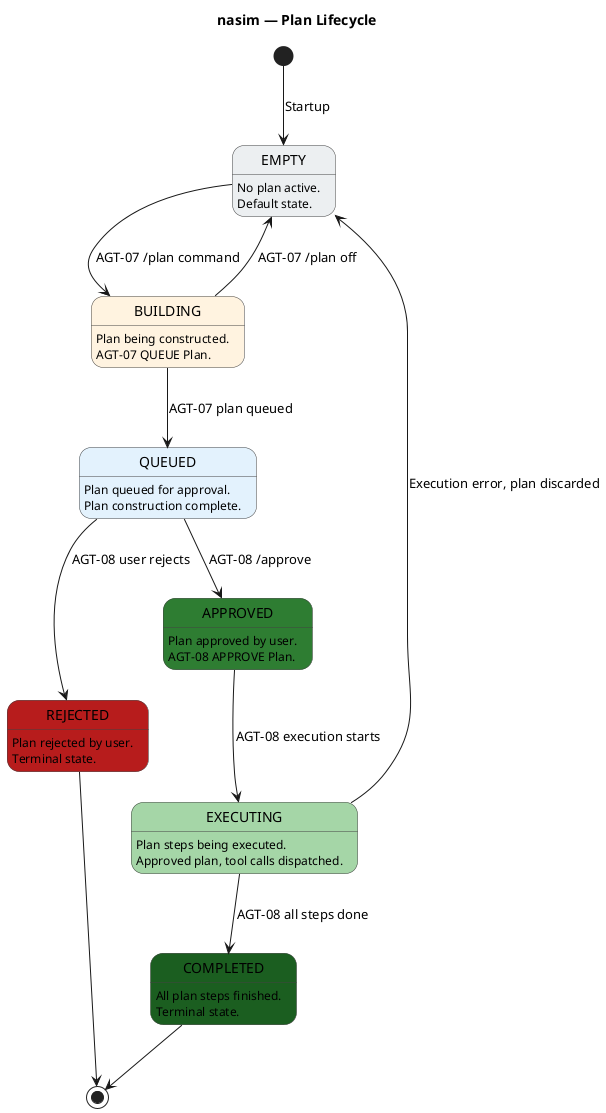
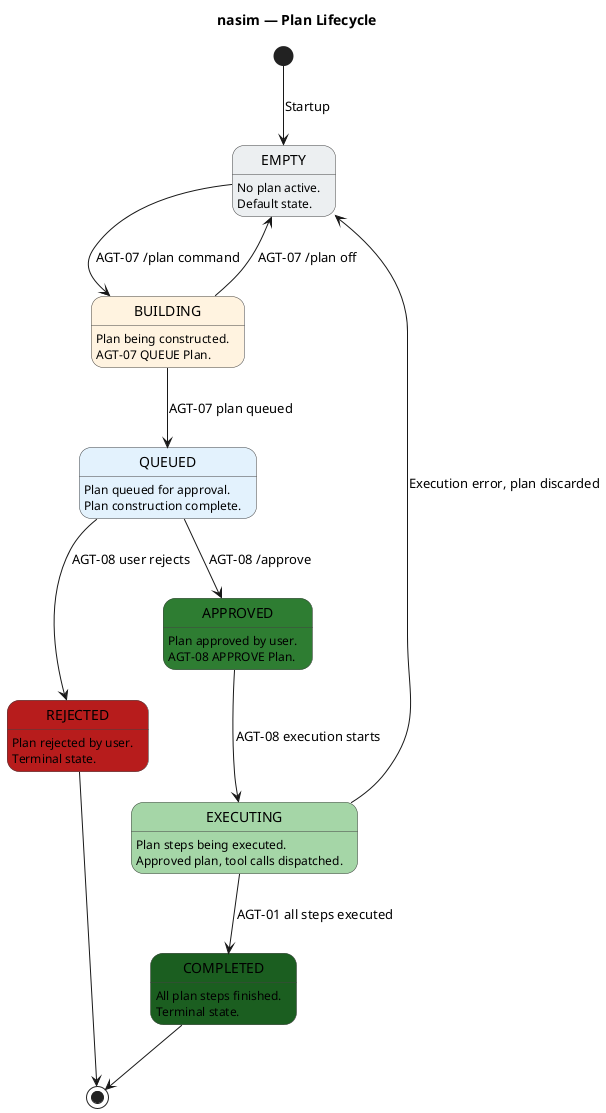
@startuml sm_plan_lifecycle
' ============================================================
' Title:     nasim — Plan Lifecycle State Machine
' Boundary:  nasim code agent
' Purpose:   Entity lifecycle for Plan (persisted in PlanSession)
' Milestone: v1.0
' Version:   1.0.0
' Source:    docs/UC/README.md
' Review:    docs/audit/audit.2026.06.20.sq-sm-chain.car.md
' ============================================================

title nasim — Plan Lifecycle

skinparam state {
  BackgroundColor #FFFFFF
  BorderColor #424242
  FontColor #000000
}

[*] --> EMPTY : Startup

state "EMPTY" as EMPTY #ECEFF1
EMPTY : No plan active.
EMPTY : Default state.

state "BUILDING" as BUILDING #FFF3E0
BUILDING : Plan being constructed.
BUILDING : AGT-07 QUEUE Plan.

state "QUEUED" as QUEUED #E3F2FD
QUEUED : Plan queued for approval.
QUEUED : Plan construction complete.

state "APPROVED" as APPROVED #2E7D32
APPROVED : Plan approved by user.
APPROVED : AGT-08 APPROVE Plan.

state "EXECUTING" as EXECUTING #A5D6A7
EXECUTING : Plan steps being executed.
EXECUTING : Approved plan, tool calls dispatched.

state "COMPLETED" as COMPLETED #1B5E20
COMPLETED : All plan steps finished.
COMPLETED : Terminal state.

state "REJECTED" as REJECTED #B71C1C
REJECTED : Plan rejected by user.
REJECTED : Terminal state.

EMPTY --> BUILDING : AGT-07 /plan command
BUILDING --> QUEUED : AGT-07 plan queued
BUILDING --> EMPTY : AGT-07 /plan off
QUEUED --> APPROVED : AGT-08 /approve
QUEUED --> REJECTED : AGT-08 user rejects
APPROVED --> EXECUTING : AGT-08 execution starts
- EXECUTING --> COMPLETED : AGT-08 all steps done
+ EXECUTING --> COMPLETED : AGT-01 all steps executed
EXECUTING --> EMPTY : Execution error, plan discarded
COMPLETED --> [*]
REJECTED --> [*]

@enduml
